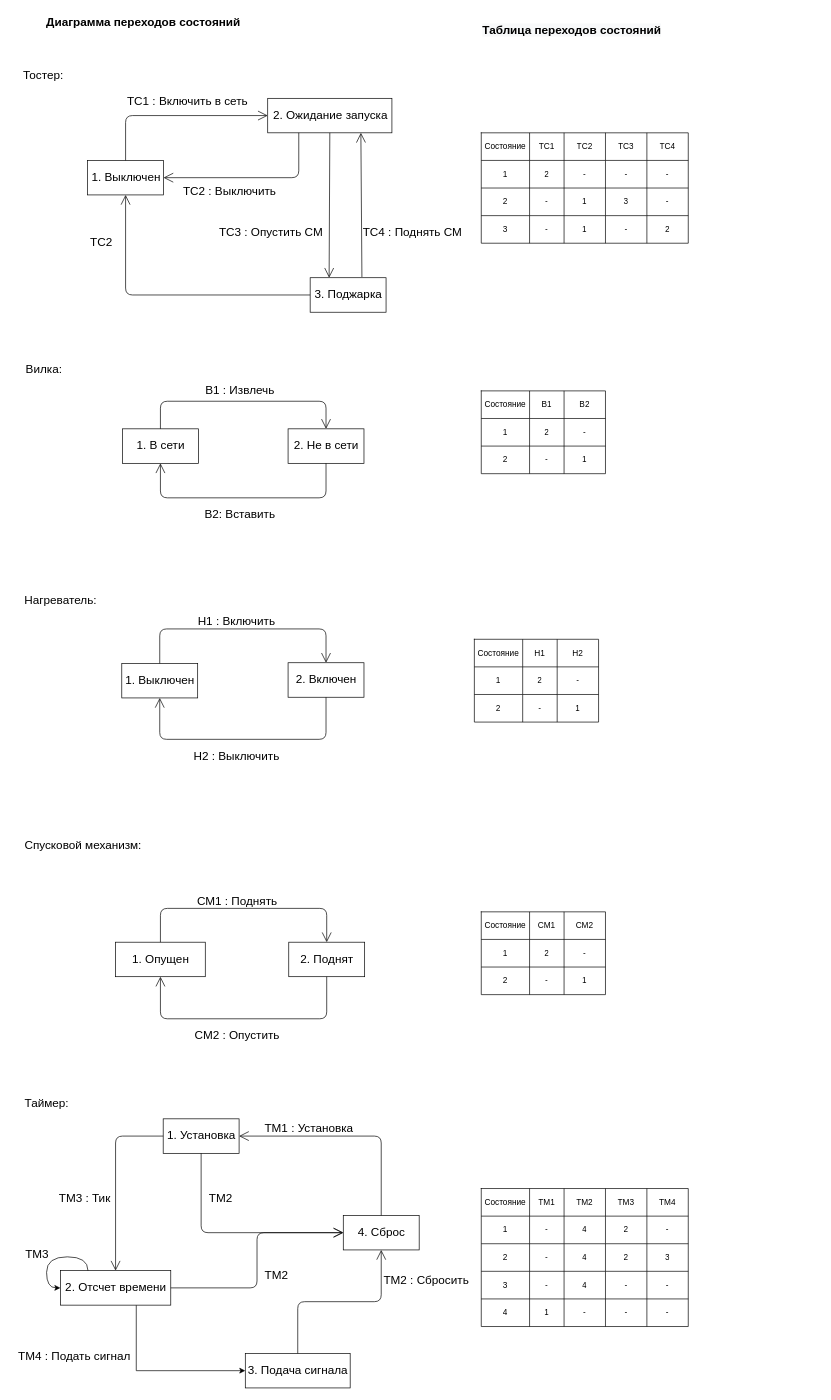
The draw.io diagram page "ДПС" (2 of 5) of lab_05/Тостер.drawio in xanderkov/ics7-OOP, before the edit. Source tidied: cells renumbered, new cells numbered last; positions are measured from the earlier drawing's top-left corner, leaving out a move shared by most shapes. Both pictures are drawn from the tidied source at 69%, with x=0, y=0 at pixel (12, 12).
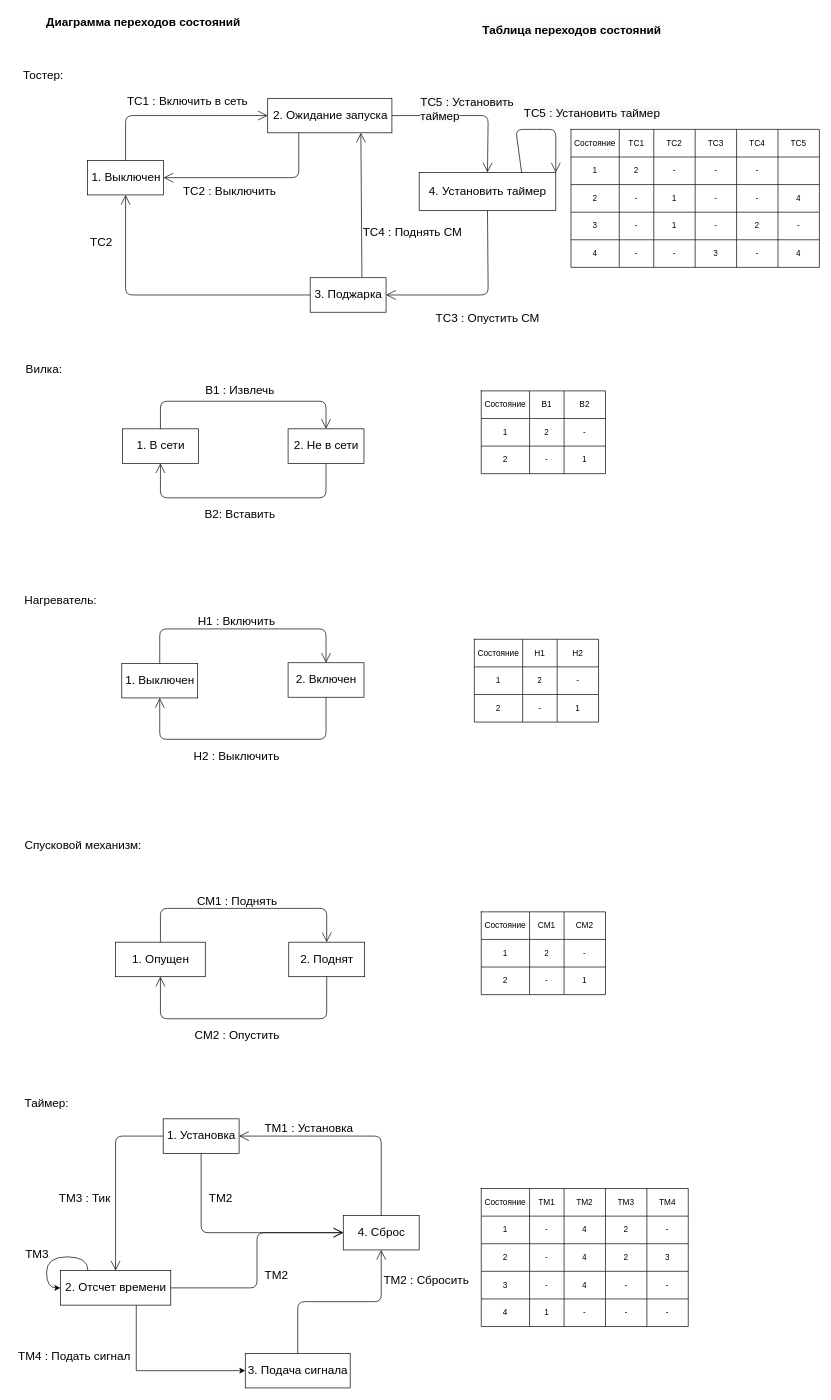
The same page after the edit.

Unchanged cells that the change refers to:
```xml
<mxCell id="43" value="2. Ожидание запуска" style="html=1;fontSize=17;" parent="1" vertex="1">
  <mxGeometry x="370.5" y="125" width="180" height="50" as="geometry" />
</mxCell>
<mxCell id="44" value="3. Поджарка" style="html=1;fontSize=17;" parent="1" vertex="1">
  <mxGeometry x="432" y="385" width="110" height="50" as="geometry" />
</mxCell>
```

The edit, as a diff of the source:
```diff
@@
-    <mxCell id="52" style="endArrow=open;endFill=1;endSize=12;html=1;fontSize=17;exitX=0.5;exitY=1;exitDx=0;exitDy=0;entryX=0.25;entryY=0;entryDx=0;entryDy=0;" parent="1" edge="1" source="43" target="44">
-      <mxGeometry relative="1" as="geometry" />
+    <mxCell id="52" style="endArrow=open;endFill=1;endSize=12;html=1;fontSize=17;exitX=0.5;exitY=1;exitDx=0;exitDy=0;entryX=1;entryY=0.5;entryDx=0;entryDy=0;" parent="1" edge="1" source="164" target="44">
+      <mxGeometry relative="1" as="geometry">
+        <Array as="points">
+          <mxPoint x="690" y="410" />
+        </Array>
+      </mxGeometry>
     </mxCell>
     <mxCell id="53" value="ТС3 : Опустить СМ" style="text;html=1;align=center;verticalAlign=middle;fontSize=17;" parent="1" vertex="1">
-      <mxGeometry x="290" y="305" width="170" height="30" as="geometry" />
+      <mxGeometry x="604" y="430" width="170" height="30" as="geometry" />
     </mxCell>
@@
     <mxCell id="57" style="shape=table;startSize=0;childLayout=tableLayout;" parent="1" vertex="1">
-      <mxGeometry x="680" y="175" width="300" height="160" as="geometry" />
+      <mxGeometry x="810" y="170" width="360" height="200" as="geometry" />
     </mxCell>
     <mxCell id="58" style="shape=tableRow;horizontal=0;startSize=0;swimlaneHead=0;swimlaneBody=0;top=0;left=0;bottom=0;right=0;fillColor=none;" parent="57" vertex="1">
-      <mxGeometry width="300" height="40" as="geometry" />
+      <mxGeometry width="360" height="40" as="geometry" />
     </mxCell>
@@
+    <mxCell id="153" value="ТС5" style="shape=partialRectangle;html=1;whiteSpace=wrap;overflow=hidden;fillColor=none;top=0;left=0;bottom=0;right=0;" parent="58" vertex="1">
+      <mxGeometry x="300" width="60" height="40" as="geometry" />
+    </mxCell>
     <mxCell id="64" style="shape=tableRow;horizontal=0;startSize=0;swimlaneHead=0;swimlaneBody=0;top=0;left=0;bottom=0;right=0;fillColor=none;" parent="57" vertex="1">
-      <mxGeometry y="40" width="300" height="40" as="geometry" />
+      <mxGeometry y="40" width="360" height="40" as="geometry" />
     </mxCell>
@@
+    <mxCell id="154" style="shape=partialRectangle;html=1;whiteSpace=wrap;overflow=hidden;fillColor=none;top=0;left=0;bottom=0;right=0;" parent="64" vertex="1">
+      <mxGeometry x="300" width="60" height="40" as="geometry" />
+    </mxCell>
     <mxCell id="70" style="shape=tableRow;horizontal=0;startSize=0;swimlaneHead=0;swimlaneBody=0;top=0;left=0;bottom=0;right=0;fillColor=none;" parent="57" vertex="1">
-      <mxGeometry y="80" width="300" height="40" as="geometry" />
+      <mxGeometry y="80" width="360" height="40" as="geometry" />
     </mxCell>
@@
-    <mxCell id="74" value="3" style="shape=partialRectangle;html=1;whiteSpace=wrap;overflow=hidden;fillColor=none;top=0;left=0;bottom=0;right=0;" parent="70" vertex="1">
+    <mxCell id="74" value="-" style="shape=partialRectangle;html=1;whiteSpace=wrap;overflow=hidden;fillColor=none;top=0;left=0;bottom=0;right=0;" parent="70" vertex="1">
       <mxGeometry x="180" width="60" height="40" as="geometry" />
     </mxCell>
@@
+    <mxCell id="155" value="4" style="shape=partialRectangle;html=1;whiteSpace=wrap;overflow=hidden;fillColor=none;top=0;left=0;bottom=0;right=0;" parent="70" vertex="1">
+      <mxGeometry x="300" width="60" height="40" as="geometry" />
+    </mxCell>
     <mxCell id="76" style="shape=tableRow;horizontal=0;startSize=0;swimlaneHead=0;swimlaneBody=0;top=0;left=0;bottom=0;right=0;fillColor=none;" parent="57" vertex="1">
-      <mxGeometry y="120" width="300" height="40" as="geometry" />
+      <mxGeometry y="120" width="360" height="40" as="geometry" />
     </mxCell>
@@
+    <mxCell id="156" value="-" style="shape=partialRectangle;html=1;whiteSpace=wrap;overflow=hidden;fillColor=none;top=0;left=0;bottom=0;right=0;" parent="76" vertex="1">
+      <mxGeometry x="300" width="60" height="40" as="geometry" />
+    </mxCell>
+    <mxCell id="157" style="shape=tableRow;horizontal=0;startSize=0;swimlaneHead=0;swimlaneBody=0;top=0;left=0;bottom=0;right=0;fillColor=none;" parent="57" vertex="1">
+      <mxGeometry y="160" width="360" height="40" as="geometry" />
+    </mxCell>
+    <mxCell id="158" value="4" style="shape=partialRectangle;html=1;whiteSpace=wrap;overflow=hidden;fillColor=none;top=0;left=0;bottom=0;right=0;" parent="157" vertex="1">
+      <mxGeometry width="70" height="40" as="geometry" />
+    </mxCell>
+    <mxCell id="159" value="-" style="shape=partialRectangle;html=1;whiteSpace=wrap;overflow=hidden;fillColor=none;top=0;left=0;bottom=0;right=0;" parent="157" vertex="1">
+      <mxGeometry x="70" width="50" height="40" as="geometry" />
+    </mxCell>
+    <mxCell id="160" value="-" style="shape=partialRectangle;html=1;whiteSpace=wrap;overflow=hidden;fillColor=none;top=0;left=0;bottom=0;right=0;" parent="157" vertex="1">
+      <mxGeometry x="120" width="60" height="40" as="geometry" />
+    </mxCell>
+    <mxCell id="161" value="3" style="shape=partialRectangle;html=1;whiteSpace=wrap;overflow=hidden;fillColor=none;top=0;left=0;bottom=0;right=0;" parent="157" vertex="1">
+      <mxGeometry x="180" width="60" height="40" as="geometry" />
+    </mxCell>
+    <mxCell id="162" value="-" style="shape=partialRectangle;html=1;whiteSpace=wrap;overflow=hidden;fillColor=none;top=0;left=0;bottom=0;right=0;" parent="157" vertex="1">
+      <mxGeometry x="240" width="60" height="40" as="geometry" />
+    </mxCell>
+    <mxCell id="163" value="4" style="shape=partialRectangle;html=1;whiteSpace=wrap;overflow=hidden;fillColor=none;top=0;left=0;bottom=0;right=0;" parent="157" vertex="1">
+      <mxGeometry x="300" width="60" height="40" as="geometry" />
+    </mxCell>
@@
+    <mxCell id="164" value="&lt;span style=&quot;font-size: 17px;&quot;&gt;4. Установить таймер&lt;/span&gt;" style="html=1;" parent="1" vertex="1">
+      <mxGeometry x="590" y="232.5" width="198" height="55" as="geometry" />
+    </mxCell>
+    <mxCell id="165" style="endArrow=open;endFill=1;endSize=12;html=1;fontSize=17;exitX=1;exitY=0.5;exitDx=0;exitDy=0;entryX=0.5;entryY=0;entryDx=0;entryDy=0;" parent="1" edge="1" source="43" target="164">
+      <mxGeometry relative="1" as="geometry">
+        <Array as="points">
+          <mxPoint x="690" y="150" />
+        </Array>
+      </mxGeometry>
+    </mxCell>
+    <mxCell id="166" value="&lt;span style=&quot;color: rgb(0, 0, 0); font-family: Helvetica; font-size: 17px; font-style: normal; font-variant-ligatures: normal; font-variant-caps: normal; font-weight: 400; letter-spacing: normal; orphans: 2; text-align: center; text-indent: 0px; text-transform: none; widows: 2; word-spacing: 0px; -webkit-text-stroke-width: 0px; background-color: rgb(248, 249, 250); text-decoration-thickness: initial; text-decoration-style: initial; text-decoration-color: initial; float: none; display: inline !important;&quot;&gt;ТС5 : Установить таймер&lt;/span&gt;" style="text;whiteSpace=wrap;html=1;" parent="1" vertex="1">
+      <mxGeometry x="590" y="115" width="170" height="30" as="geometry" />
+    </mxCell>
+    <mxCell id="167" style="endArrow=open;endFill=1;endSize=12;html=1;fontSize=17;exitX=0.75;exitY=0;exitDx=0;exitDy=0;entryX=1;entryY=0;entryDx=0;entryDy=0;" parent="1" edge="1" source="164" target="164">
+      <mxGeometry relative="1" as="geometry">
+        <Array as="points">
+          <mxPoint x="730" y="170" />
+          <mxPoint x="730" y="170" />
+          <mxPoint x="760" y="170" />
+          <mxPoint x="760" y="170" />
+          <mxPoint x="788" y="170" />
+        </Array>
+      </mxGeometry>
+    </mxCell>
+    <mxCell id="168" value="&lt;span style=&quot;color: rgb(0, 0, 0); font-family: Helvetica; font-size: 17px; font-style: normal; font-variant-ligatures: normal; font-variant-caps: normal; font-weight: 400; letter-spacing: normal; orphans: 2; text-align: center; text-indent: 0px; text-transform: none; widows: 2; word-spacing: 0px; -webkit-text-stroke-width: 0px; background-color: rgb(248, 249, 250); text-decoration-thickness: initial; text-decoration-style: initial; text-decoration-color: initial; float: none; display: inline !important;&quot;&gt;ТС5 : Установить таймер&lt;/span&gt;" style="text;whiteSpace=wrap;html=1;" parent="1" vertex="1">
+      <mxGeometry x="740" y="130" width="220" height="30" as="geometry" />
+    </mxCell>
```
